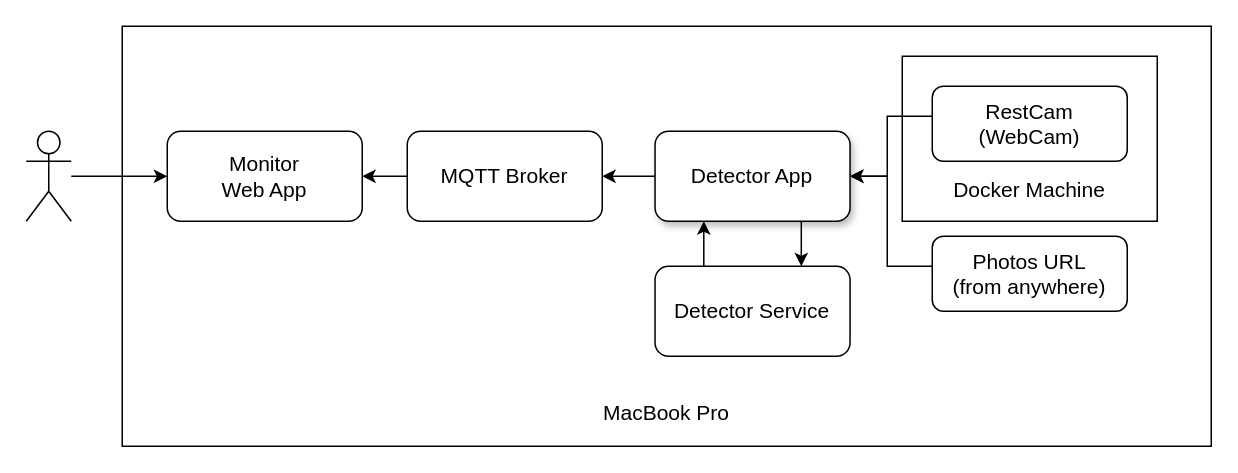
The draw.io diagram architecture.drawio in brightzheng100/vi-people-counting-example, before the edit. Source tidied: cells renumbered, new cells numbered last; positions are measured from the earlier drawing's top-left corner, leaving out a move shared by most shapes. Both pictures are drawn from the tidied source at 150%, with x=0, y=0 at pixel (26, 26).
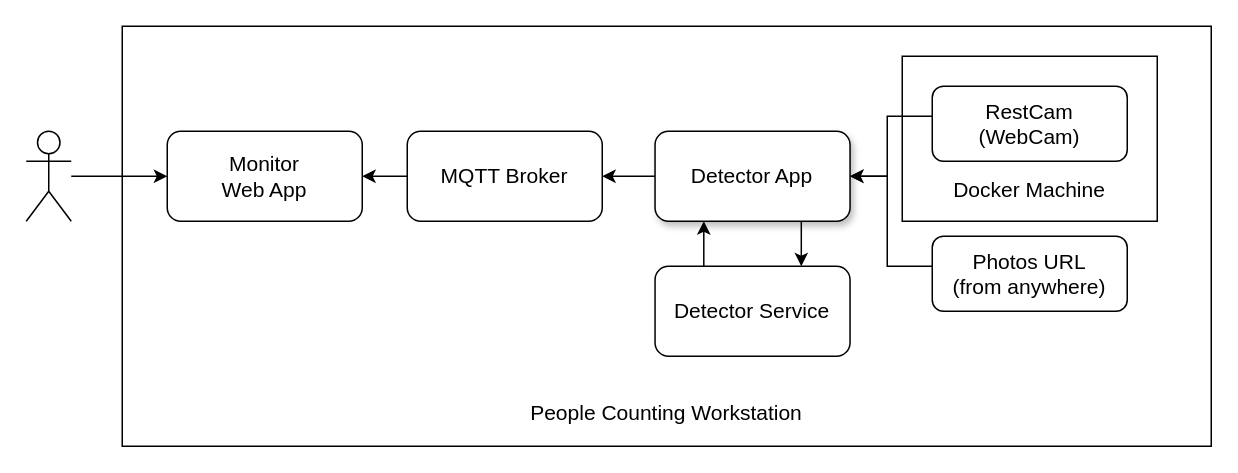
The same diagram, later.

Commit message (it also covers changes not shown here):
update architecture diagram

Change to the diagram source:
```diff
@@
-    <mxCell id="2" value="&lt;br&gt;&lt;br&gt;&lt;br&gt;&lt;br&gt;&lt;br&gt;&lt;br&gt;&lt;br&gt;&lt;br&gt;&lt;br&gt;&lt;br&gt;&lt;br&gt;&lt;br&gt;&lt;br&gt;&lt;br&gt;MacBook Pro" style="rounded=0;whiteSpace=wrap;html=1;fontSize=14;" parent="1" vertex="1">
+    <mxCell id="2" value="&lt;br&gt;&lt;br&gt;&lt;br&gt;&lt;br&gt;&lt;br&gt;&lt;br&gt;&lt;br&gt;&lt;br&gt;&lt;br&gt;&lt;br&gt;&lt;br&gt;&lt;br&gt;&lt;br&gt;&lt;br&gt;People Counting Workstation" style="rounded=0;whiteSpace=wrap;html=1;fontSize=14;" parent="1" vertex="1">
       <mxGeometry x="64" width="726" height="280" as="geometry" />
     </mxCell>
```
